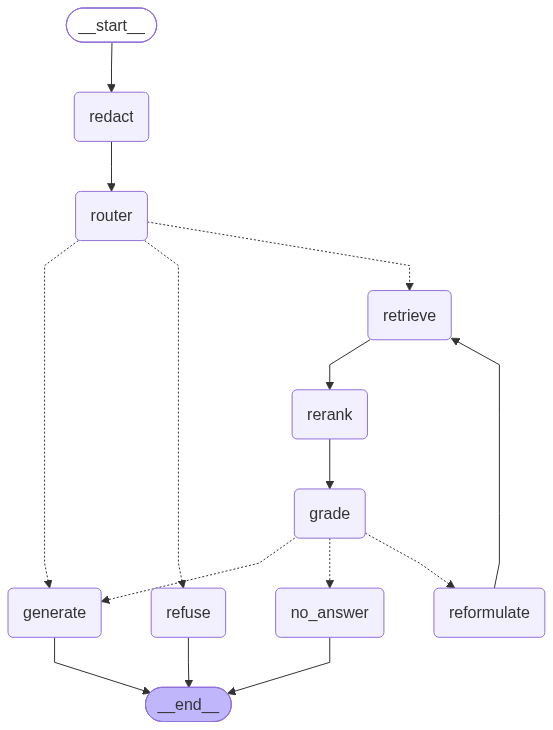
Mahmoudatari/mal-rag-assignment keeps this Mermaid diagram as docs/graph.png. Above is the earlier version. Its source is kept beside it as docs/graph.mmd. Source of this version:
```mermaid
---
config:
  flowchart:
    curve: linear
---
graph TD;
	__start__([<p>__start__</p>]):::first
	redact(redact)
	router(router)
	retrieve(retrieve)
	rerank(rerank)
	grade(grade)
	reformulate(reformulate)
	generate(generate)
	refuse(refuse)
	no_answer(no_answer)
	__end__([<p>__end__</p>]):::last
	__start__ --> redact;
	grade -.-> generate;
	grade -.-> no_answer;
	grade -.-> reformulate;
	redact --> router;
	reformulate --> retrieve;
	rerank --> grade;
	retrieve --> rerank;
	router -.-> generate;
	router -.-> refuse;
	router -.-> retrieve;
	generate --> __end__;
	no_answer --> __end__;
	refuse --> __end__;
	classDef default fill:#f2f0ff,line-height:1.2
	classDef first fill-opacity:0
	classDef last fill:#bfb6fc
```
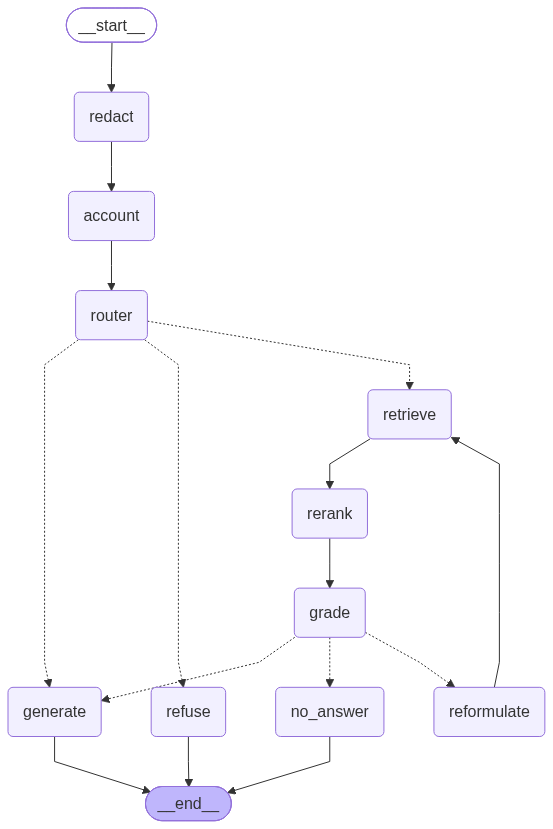
Later version of the same file.

The edit, as a diff of the source:
```diff
@@ -6,6 +6,7 @@
 graph TD;
 	__start__([<p>__start__</p>]):::first
 	redact(redact)
+	account(account)
 	router(router)
 	retrieve(retrieve)
 	rerank(rerank)
@@ -16,10 +17,11 @@
 	no_answer(no_answer)
 	__end__([<p>__end__</p>]):::last
 	__start__ --> redact;
+	account --> router;
 	grade -.-> generate;
 	grade -.-> no_answer;
 	grade -.-> reformulate;
-	redact --> router;
+	redact --> account;
 	reformulate --> retrieve;
 	rerank --> grade;
 	retrieve --> rerank;
```
